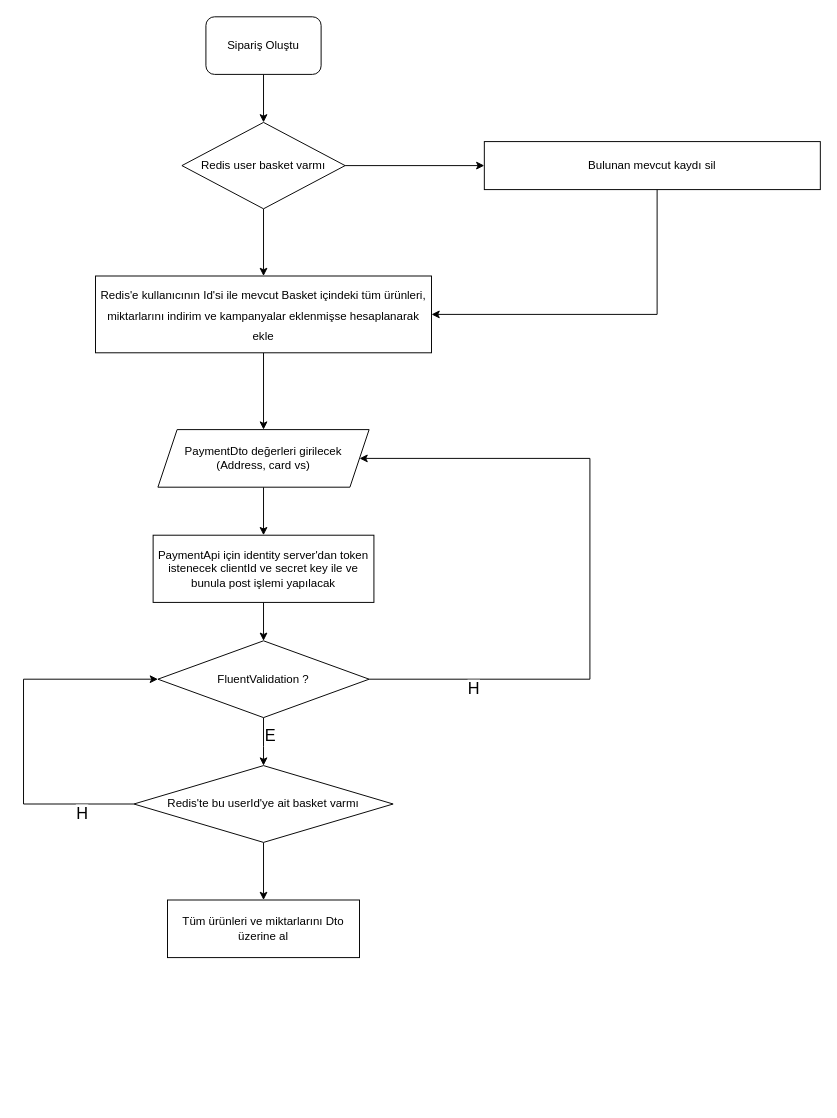
Earlier version of the draw.io diagram FlowCharts/Payment.drawio (serhatayata/ECProject-Microservices). Source tidied: cells renumbered, new cells numbered last; positions are measured from the earlier drawing's top-left corner, leaving out a move shared by most shapes. Both pictures are drawn from the tidied source at 96%, with x=0, y=0 at pixel (23, 16).
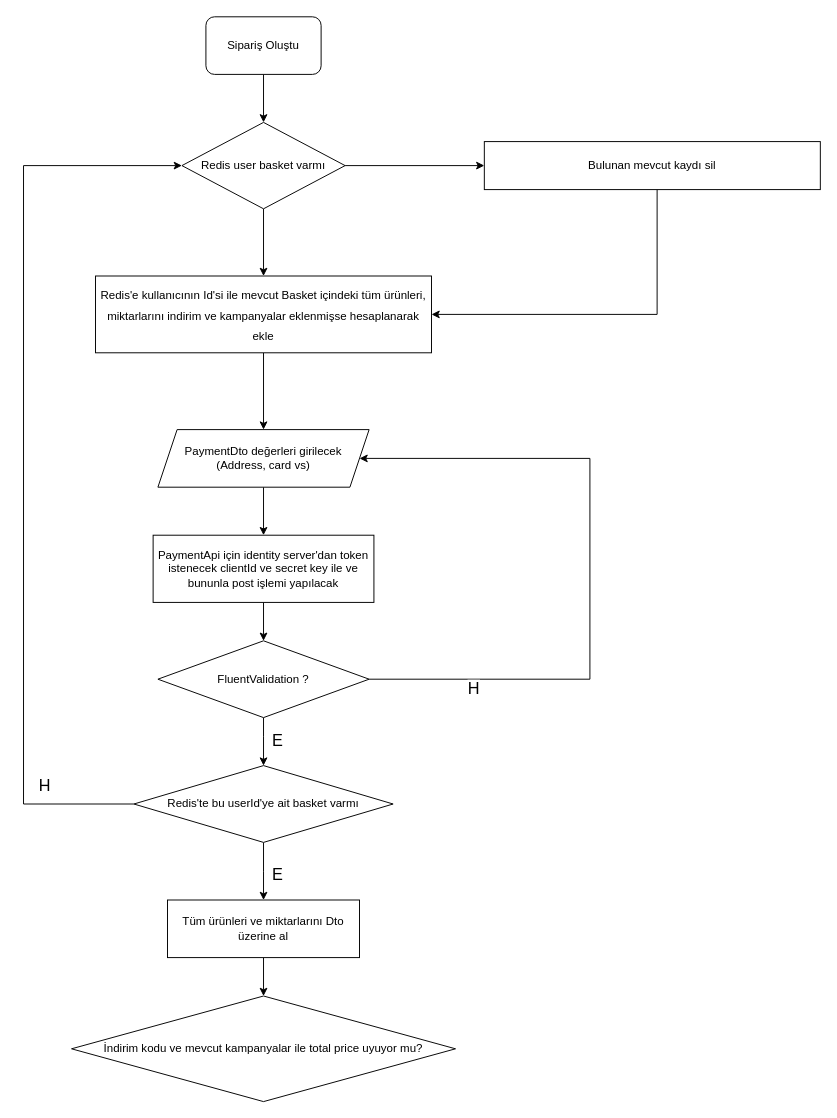
The same diagram, later.

The change refers to these unchanged cells:
```xml
<mxCell id="8" value="Redis user basket varmı" style="rhombus;whiteSpace=wrap;html=1;" parent="1" vertex="1">
  <mxGeometry x="165" y="110" width="170" height="90" as="geometry" />
</mxCell>
<mxCell id="18" value="FluentValidation ?" style="rhombus;whiteSpace=wrap;html=1;" parent="1" vertex="1">
  <mxGeometry x="140" y="650" width="220" height="80" as="geometry" />
</mxCell>
<mxCell id="22" value="Redis'te bu userId'ye ait basket varmı" style="rhombus;whiteSpace=wrap;html=1;" parent="1" vertex="1">
  <mxGeometry x="115" y="780" width="270" height="80" as="geometry" />
</mxCell>
<mxCell id="23" value="Tüm ürünleri ve miktarlarını Dto üzerine al" style="whiteSpace=wrap;html=1;" parent="1" vertex="1">
  <mxGeometry x="150" y="920" width="200" height="60" as="geometry" />
</mxCell>
```

Change to the diagram source:
```diff
@@
-    <mxCell id="14" value="PaymentApi için identity server'dan token istenecek clientId ve secret key ile ve bunula post işlemi yapılacak" style="whiteSpace=wrap;html=1;" parent="1" vertex="1">
+    <mxCell id="14" value="PaymentApi için identity server'dan token istenecek clientId ve secret key ile ve bununla post işlemi yapılacak" style="whiteSpace=wrap;html=1;" parent="1" vertex="1">
       <mxGeometry x="135" y="540" width="230" height="70" as="geometry" />
     </mxCell>
@@
     <mxCell id="17" style="edgeStyle=orthogonalEdgeStyle;rounded=0;jettySize=auto;html=1;fontSize=17;" parent="1" edge="1" source="18" target="22">
       <mxGeometry relative="1" as="geometry">
         <Array as="points">
-          <mxPoint x="250" y="760" />
-          <mxPoint x="250" y="760" />
+          <mxPoint x="250" y="750" />
+          <mxPoint x="250" y="750" />
         </Array>
       </mxGeometry>
     </mxCell>
@@
-    <mxCell id="19" style="edgeStyle=orthogonalEdgeStyle;rounded=0;jettySize=auto;html=1;entryX=0;entryY=0.5;entryDx=0;entryDy=0;fontSize=17;" parent="1" edge="1" source="22" target="18">
+    <mxCell id="19" style="edgeStyle=orthogonalEdgeStyle;rounded=0;jettySize=auto;html=1;entryX=0;entryY=0.5;entryDx=0;entryDy=0;fontSize=17;" parent="1" edge="1" source="22" target="8">
       <mxGeometry relative="1" as="geometry">
         <Array as="points">
           <mxPoint y="820" />
-          <mxPoint y="690" />
+          <mxPoint y="155" />
         </Array>
       </mxGeometry>
     </mxCell>
-    <mxCell id="20" value="H" style="edgeLabel;html=1;align=center;verticalAlign=middle;fontSize=17;" parent="19" vertex="1">
+    <mxCell id="20" value="H" style="edgeLabel;html=1;align=center;verticalAlign=middle;fontSize=17;rotation=180;" parent="19" vertex="1">
       <mxGeometry x="-0.6" y="-2" relative="1" as="geometry">
-        <mxPoint x="22" y="12" as="offset" />
+        <mxPoint x="22" y="54" as="offset" />
       </mxGeometry>
     </mxCell>
     <mxCell id="21" style="edgeStyle=orthogonalEdgeStyle;rounded=0;jettySize=auto;html=1;fontSize=17;" parent="1" edge="1" source="22" target="23">
-      <mxGeometry relative="1" as="geometry" />
+      <mxGeometry relative="1" as="geometry">
+        <Array as="points">
+          <mxPoint x="250" y="890" />
+          <mxPoint x="250" y="890" />
+        </Array>
+      </mxGeometry>
     </mxCell>
@@
+    <mxCell id="25" style="edgeStyle=orthogonalEdgeStyle;rounded=0;jettySize=auto;html=1;fontSize=17;" parent="1" edge="1" source="23" target="28">
+      <mxGeometry relative="1" as="geometry" />
+    </mxCell>
@@
-    <mxCell id="24" value="E" style="edgeLabel;html=1;align=center;verticalAlign=middle;fontSize=17;" parent="1" vertex="1">
-      <mxGeometry x="480" y="710" as="geometry">
-        <mxPoint x="-224" y="39" as="offset" />
-      </mxGeometry>
-    </mxCell>
+    <mxCell id="26" value="&lt;font style=&quot;font-size: 17px;&quot;&gt;E&lt;/font&gt;" style="text;html=1;strokeColor=none;fillColor=none;align=center;verticalAlign=middle;whiteSpace=wrap;rounded=0;" parent="1" vertex="1">
+      <mxGeometry x="250" y="740" width="30" height="30" as="geometry" />
+    </mxCell>
+    <mxCell id="27" value="&lt;font style=&quot;font-size: 17px;&quot;&gt;E&lt;/font&gt;" style="text;html=1;strokeColor=none;fillColor=none;align=center;verticalAlign=middle;whiteSpace=wrap;rounded=0;" parent="1" vertex="1">
+      <mxGeometry x="250" y="880" width="30" height="30" as="geometry" />
+    </mxCell>
+    <mxCell id="28" value="İndirim kodu ve mevcut kampanyalar ile total price uyuyor mu?" style="rhombus;whiteSpace=wrap;html=1;" parent="1" vertex="1">
+      <mxGeometry x="50" y="1020" width="400" height="110" as="geometry" />
+    </mxCell>
```
